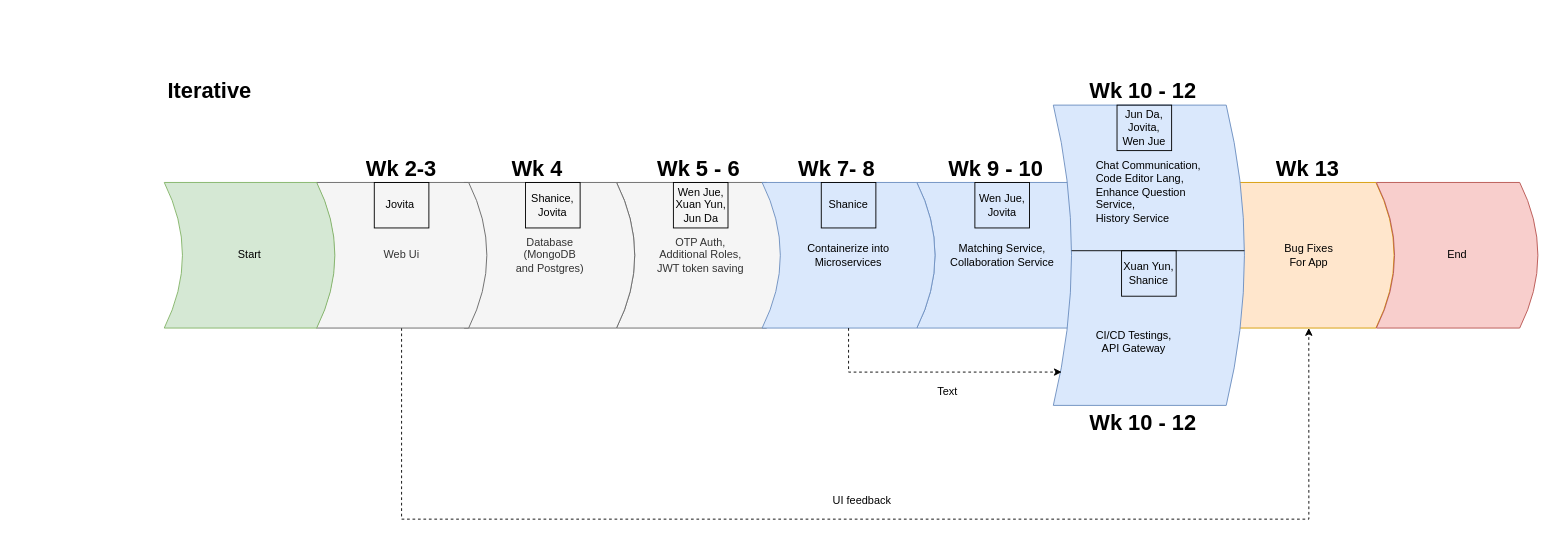
jundatan/DrawIODiagrams keeps this draw.io diagram as SoftwareDevelopmentProcess.drawio. Above is the earlier version. Source tidied: cells renumbered, new cells numbered last; positions are measured from the earlier drawing's top-left corner, leaving out a move shared by most shapes. Both pictures are drawn from the tidied source at 91%, with x=0, y=0 at pixel (163, 73).
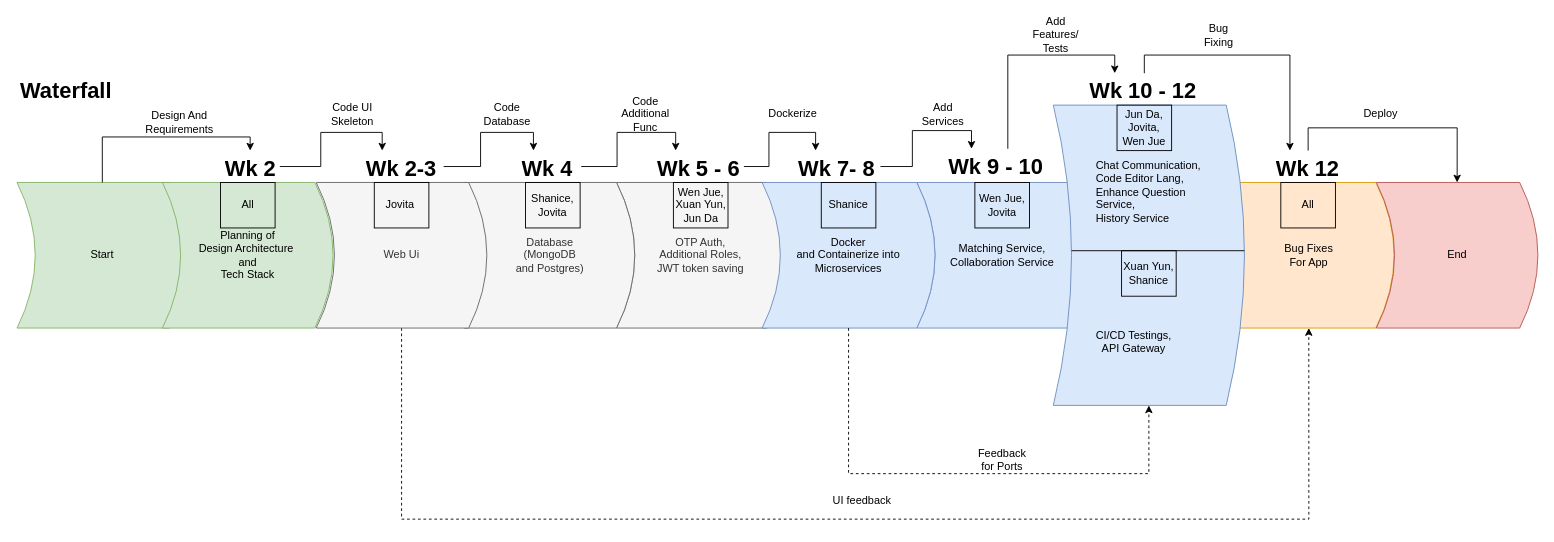
The same page after the edit.

The change refers to these unchanged cells:
```xml
<mxCell id="6" style="shape=dataStorage;whiteSpace=wrap;html=1;fixedSize=1;flipH=1;size=20;fillColor=#dae8fc;strokeColor=#6c8ebf;" parent="1" vertex="1">
  <mxGeometry x="978" y="35" width="210" height="330" as="geometry" />
</mxCell>
<mxCell id="23" value="&lt;h1&gt;Wk 5 - 6&lt;/h1&gt;" style="text;html=1;strokeColor=none;fillColor=none;spacing=5;spacingTop=-20;whiteSpace=wrap;overflow=hidden;rounded=0;" parent="1" vertex="1">
  <mxGeometry x="538" y="85" width="100" height="35" as="geometry" />
</mxCell>
<mxCell id="25" value="&lt;h1&gt;Wk 10 - 12&lt;/h1&gt;" style="text;html=1;strokeColor=none;fillColor=none;spacing=5;spacingTop=-20;whiteSpace=wrap;overflow=hidden;rounded=0;" parent="1" vertex="1">
  <mxGeometry x="1013" width="130" height="35" as="geometry" />
</mxCell>
<mxCell id="30" value="End" style="shape=dataStorage;whiteSpace=wrap;html=1;fixedSize=1;flipH=1;fillColor=#f8cecc;strokeColor=#b85450;" parent="1" vertex="1">
  <mxGeometry x="1333" y="120" width="177.5" height="160" as="geometry" />
</mxCell>
```

Change to the diagram source:
```diff
@@
+    <mxCell id="31" value="&lt;h1&gt;Waterfall&lt;/h1&gt;" style="text;html=1;strokeColor=none;fillColor=none;spacing=5;spacingTop=-20;whiteSpace=wrap;overflow=hidden;rounded=0;" parent="1" vertex="1">
+      <mxGeometry x="-162" width="190" height="120" as="geometry" />
+    </mxCell>
@@
-    <mxCell id="5" value="Containerize into&lt;br&gt;Microservices" style="shape=dataStorage;whiteSpace=wrap;html=1;fixedSize=1;flipH=1;fillColor=#dae8fc;strokeColor=#6c8ebf;" parent="1" vertex="1">
+    <mxCell id="5" value="Docker &lt;br&gt;and Containerize into&lt;br&gt;Microservices" style="shape=dataStorage;whiteSpace=wrap;html=1;fixedSize=1;flipH=1;fillColor=#dae8fc;strokeColor=#6c8ebf;" parent="1" vertex="1">
       <mxGeometry x="658" y="120" width="190" height="160" as="geometry" />
     </mxCell>
@@
     <mxCell id="20" value="Start" style="shape=dataStorage;whiteSpace=wrap;html=1;fixedSize=1;flipH=1;fillColor=#d5e8d4;strokeColor=#82b366;" parent="1" vertex="1">
-      <mxGeometry x="1" y="120" width="187.5" height="160" as="geometry" />
+      <mxGeometry x="-160.8" y="120" width="187.5" height="160" as="geometry" />
     </mxCell>
+    <mxCell id="34" style="edgeStyle=orthogonalEdgeStyle;rounded=0;jettySize=auto;html=1;entryX=0.25;entryY=0;entryDx=0;entryDy=0;" parent="1" edge="1" source="21" target="22">
+      <mxGeometry relative="1" as="geometry" />
+    </mxCell>
     <mxCell id="21" value="&lt;h1&gt;Wk 2-3&lt;/h1&gt;" style="text;html=1;strokeColor=none;fillColor=none;spacing=5;spacingTop=-20;whiteSpace=wrap;overflow=hidden;rounded=0;" parent="1" vertex="1">
-      <mxGeometry x="218" y="85" width="190" height="120" as="geometry" />
+      <mxGeometry x="218" y="85" width="90" height="35" as="geometry" />
     </mxCell>
+    <mxCell id="35" style="edgeStyle=orthogonalEdgeStyle;rounded=0;jettySize=auto;html=1;entryX=0.25;entryY=0;entryDx=0;entryDy=0;" parent="1" edge="1" source="22" target="23">
+      <mxGeometry relative="1" as="geometry" />
+    </mxCell>
     <mxCell id="22" value="&lt;h1&gt;Wk 4&lt;/h1&gt;" style="text;html=1;strokeColor=none;fillColor=none;spacing=5;spacingTop=-20;whiteSpace=wrap;overflow=hidden;rounded=0;" parent="1" vertex="1">
-      <mxGeometry x="378" y="85" width="190" height="120" as="geometry" />
+      <mxGeometry x="389.2" y="85" width="70" height="35" as="geometry" />
     </mxCell>
+    <mxCell id="36" style="edgeStyle=orthogonalEdgeStyle;rounded=0;jettySize=auto;html=1;entryX=0.25;entryY=0;entryDx=0;entryDy=0;" parent="1" edge="1" source="23" target="24">
+      <mxGeometry relative="1" as="geometry" />
+    </mxCell>
@@
+    <mxCell id="37" style="edgeStyle=orthogonalEdgeStyle;rounded=0;jettySize=auto;html=1;entryX=0.25;entryY=0;entryDx=0;entryDy=0;" parent="1" edge="1" source="24" target="26">
+      <mxGeometry relative="1" as="geometry" />
+    </mxCell>
     <mxCell id="24" value="&lt;h1&gt;Wk 7- 8&lt;/h1&gt;" style="text;html=1;strokeColor=none;fillColor=none;spacing=5;spacingTop=-20;whiteSpace=wrap;overflow=hidden;rounded=0;" parent="1" vertex="1">
-      <mxGeometry x="693" y="85" width="190" height="120" as="geometry" />
+      <mxGeometry x="693" y="85" width="95" height="35" as="geometry" />
     </mxCell>
+    <mxCell id="38" style="edgeStyle=orthogonalEdgeStyle;rounded=0;jettySize=auto;html=1;entryX=0.25;entryY=0;entryDx=0;entryDy=0;" parent="1" edge="1" source="25" target="29">
+      <mxGeometry relative="1" as="geometry">
+        <Array as="points">
+          <mxPoint x="1078" y="-20" />
+          <mxPoint x="1238" y="-20" />
+        </Array>
+      </mxGeometry>
+    </mxCell>
@@
+    <mxCell id="39" style="edgeStyle=orthogonalEdgeStyle;rounded=0;jettySize=auto;html=1;entryX=0.25;entryY=0;entryDx=0;entryDy=0;" parent="1" edge="1" source="26" target="25">
+      <mxGeometry relative="1" as="geometry">
+        <Array as="points">
+          <mxPoint x="928" y="-20" />
+          <mxPoint x="1046" y="-20" />
+        </Array>
+      </mxGeometry>
+    </mxCell>
     <mxCell id="26" value="&lt;h1&gt;Wk 9 - 10&lt;/h1&gt;" style="text;html=1;strokeColor=none;fillColor=none;spacing=5;spacingTop=-20;whiteSpace=wrap;overflow=hidden;rounded=0;" parent="1" vertex="1">
-      <mxGeometry x="858.1" y="85" width="127.2" height="35" as="geometry" />
+      <mxGeometry x="858.1" y="83" width="119.9" height="40" as="geometry" />
     </mxCell>
-    <mxCell id="27" value="&lt;h1 style=&quot;border-color: var(--border-color);&quot;&gt;Wk 10 - 12&lt;/h1&gt;" style="text;html=1;strokeColor=none;fillColor=none;spacing=5;spacingTop=-20;whiteSpace=wrap;overflow=hidden;rounded=0;" parent="1" vertex="1">
-      <mxGeometry x="1013" y="365" width="135" height="35" as="geometry" />
-    </mxCell>
@@
+    <mxCell id="40" style="edgeStyle=orthogonalEdgeStyle;rounded=0;jettySize=auto;html=1;entryX=0.5;entryY=0;entryDx=0;entryDy=0;" parent="1" edge="1" source="29" target="30">
+      <mxGeometry relative="1" as="geometry">
+        <Array as="points">
+          <mxPoint x="1258" y="60" />
+          <mxPoint x="1422" y="60" />
+        </Array>
+      </mxGeometry>
+    </mxCell>
-    <mxCell id="29" value="&lt;h1&gt;Wk 13&lt;/h1&gt;" style="text;html=1;strokeColor=none;fillColor=none;spacing=5;spacingTop=-20;whiteSpace=wrap;overflow=hidden;rounded=0;" parent="1" vertex="1">
+    <mxCell id="29" value="&lt;h1&gt;Wk 12&lt;/h1&gt;" style="text;html=1;strokeColor=none;fillColor=none;spacing=5;spacingTop=-20;whiteSpace=wrap;overflow=hidden;rounded=0;" parent="1" vertex="1">
       <mxGeometry x="1218" y="85" width="80" height="35" as="geometry" />
     </mxCell>
@@
-    <mxCell id="31" value="&lt;h1&gt;Iterative&lt;/h1&gt;" style="text;html=1;strokeColor=none;fillColor=none;spacing=5;spacingTop=-20;whiteSpace=wrap;overflow=hidden;rounded=0;" parent="1" vertex="1">
-      <mxGeometry x="-0.2" width="190" height="120" as="geometry" />
-    </mxCell>
+    <mxCell id="33" value="Feedback for Ports" style="text;html=1;strokeColor=none;fillColor=none;align=center;verticalAlign=middle;whiteSpace=wrap;rounded=0;" parent="1" vertex="1">
+      <mxGeometry x="891.8" y="410" width="60" height="30" as="geometry" />
+    </mxCell>
+    <mxCell id="41" value="Planning of&lt;br&gt;Design Architecture&amp;nbsp;&lt;br&gt;and&lt;br&gt;Tech Stack" style="shape=dataStorage;whiteSpace=wrap;html=1;fixedSize=1;flipH=1;fillColor=#d5e8d4;strokeColor=#82b366;" parent="1" vertex="1">
+      <mxGeometry x="-1" y="120" width="187.5" height="160" as="geometry" />
+    </mxCell>
+    <mxCell id="42" style="edgeStyle=orthogonalEdgeStyle;rounded=0;jettySize=auto;html=1;entryX=0.5;entryY=0;entryDx=0;entryDy=0;endArrow=none;endFill=0;startArrow=classic;startFill=1;" parent="1" edge="1" source="44" target="20">
+      <mxGeometry relative="1" as="geometry">
+        <Array as="points">
+          <mxPoint x="96" y="70" />
+          <mxPoint x="-67" y="70" />
+        </Array>
+      </mxGeometry>
+    </mxCell>
+    <mxCell id="43" style="edgeStyle=orthogonalEdgeStyle;rounded=0;jettySize=auto;html=1;entryX=0.25;entryY=0;entryDx=0;entryDy=0;" parent="1" edge="1" source="44" target="21">
+      <mxGeometry relative="1" as="geometry" />
+    </mxCell>
+    <mxCell id="44" value="&lt;h1&gt;Wk 2&lt;/h1&gt;" style="text;html=1;strokeColor=none;fillColor=none;spacing=5;spacingTop=-20;whiteSpace=wrap;overflow=hidden;rounded=0;" parent="1" vertex="1">
+      <mxGeometry x="62.8" y="85" width="65.2" height="35" as="geometry" />
+    </mxCell>
+    <mxCell id="45" value="All" style="text;html=1;strokeColor=default;fillColor=none;align=center;verticalAlign=middle;whiteSpace=wrap;rounded=0;" parent="1" vertex="1">
+      <mxGeometry x="62.8" y="120" width="60" height="50" as="geometry" />
+    </mxCell>
+    <mxCell id="46" value="All" style="text;html=1;strokeColor=default;fillColor=none;align=center;verticalAlign=middle;whiteSpace=wrap;rounded=0;" parent="1" vertex="1">
+      <mxGeometry x="1228" y="120" width="60" height="50" as="geometry" />
+    </mxCell>
+    <mxCell id="47" value="Deploy" style="text;html=1;strokeColor=none;fillColor=none;align=center;verticalAlign=middle;whiteSpace=wrap;rounded=0;" parent="1" vertex="1">
+      <mxGeometry x="1308" y="30" width="60" height="30" as="geometry" />
+    </mxCell>
+    <mxCell id="48" value="Code Database" style="text;html=1;strokeColor=none;fillColor=none;align=center;verticalAlign=middle;whiteSpace=wrap;rounded=0;" parent="1" vertex="1">
+      <mxGeometry x="348" y="30" width="60" height="30" as="geometry" />
+    </mxCell>
+    <mxCell id="49" value="Design And Requirements" style="text;html=1;strokeColor=none;fillColor=none;align=center;verticalAlign=middle;whiteSpace=wrap;rounded=0;" parent="1" vertex="1">
+      <mxGeometry x="-12" y="39" width="60" height="30" as="geometry" />
+    </mxCell>
+    <mxCell id="50" value="Code UI Skeleton" style="text;html=1;strokeColor=none;fillColor=none;align=center;verticalAlign=middle;whiteSpace=wrap;rounded=0;" parent="1" vertex="1">
+      <mxGeometry x="178" y="30" width="60" height="30" as="geometry" />
+    </mxCell>
+    <mxCell id="51" value="Code Additional Func" style="text;html=1;strokeColor=none;fillColor=none;align=center;verticalAlign=middle;whiteSpace=wrap;rounded=0;" parent="1" vertex="1">
+      <mxGeometry x="500.5" y="30" width="57.5" height="30" as="geometry" />
+    </mxCell>
+    <mxCell id="52" value="Dockerize" style="text;html=1;strokeColor=none;fillColor=none;align=center;verticalAlign=middle;whiteSpace=wrap;rounded=0;" parent="1" vertex="1">
+      <mxGeometry x="663" y="30" width="57.5" height="30" as="geometry" />
+    </mxCell>
+    <mxCell id="53" value="Add Services" style="text;html=1;strokeColor=none;fillColor=none;align=center;verticalAlign=middle;whiteSpace=wrap;rounded=0;" parent="1" vertex="1">
+      <mxGeometry x="828" y="30" width="57.5" height="30" as="geometry" />
+    </mxCell>
+    <mxCell id="54" value="Add Features/ Tests" style="text;html=1;strokeColor=none;fillColor=none;align=center;verticalAlign=middle;whiteSpace=wrap;rounded=0;" parent="1" vertex="1">
+      <mxGeometry x="951.8" y="-57" width="57.5" height="30" as="geometry" />
+    </mxCell>
-    <mxCell id="32" style="edgeStyle=orthogonalEdgeStyle;rounded=0;jettySize=auto;html=1;entryX=0.956;entryY=0.889;entryDx=0;entryDy=0;entryPerimeter=0;dashed=1;" parent="1" edge="1" source="5" target="6">
+    <mxCell id="32" style="edgeStyle=orthogonalEdgeStyle;rounded=0;jettySize=auto;html=1;entryX=0.5;entryY=1;entryDx=0;entryDy=0;dashed=1;" parent="1" edge="1" source="5" target="6">
       <mxGeometry relative="1" as="geometry">
         <Array as="points">
-          <mxPoint x="753" y="328" />
+          <mxPoint x="753" y="440" />
+          <mxPoint x="1083" y="440" />
         </Array>
       </mxGeometry>
     </mxCell>
-    <mxCell id="33" value="Text" style="text;html=1;strokeColor=none;fillColor=none;align=center;verticalAlign=middle;whiteSpace=wrap;rounded=0;" parent="1" vertex="1">
-      <mxGeometry x="831.8" y="335" width="60" height="30" as="geometry" />
-    </mxCell>
+    <mxCell id="55" value="Bug Fixing" style="text;html=1;strokeColor=none;fillColor=none;align=center;verticalAlign=middle;whiteSpace=wrap;rounded=0;" parent="1" vertex="1">
+      <mxGeometry x="1130.5" y="-57" width="57.5" height="30" as="geometry" />
+    </mxCell>
```
